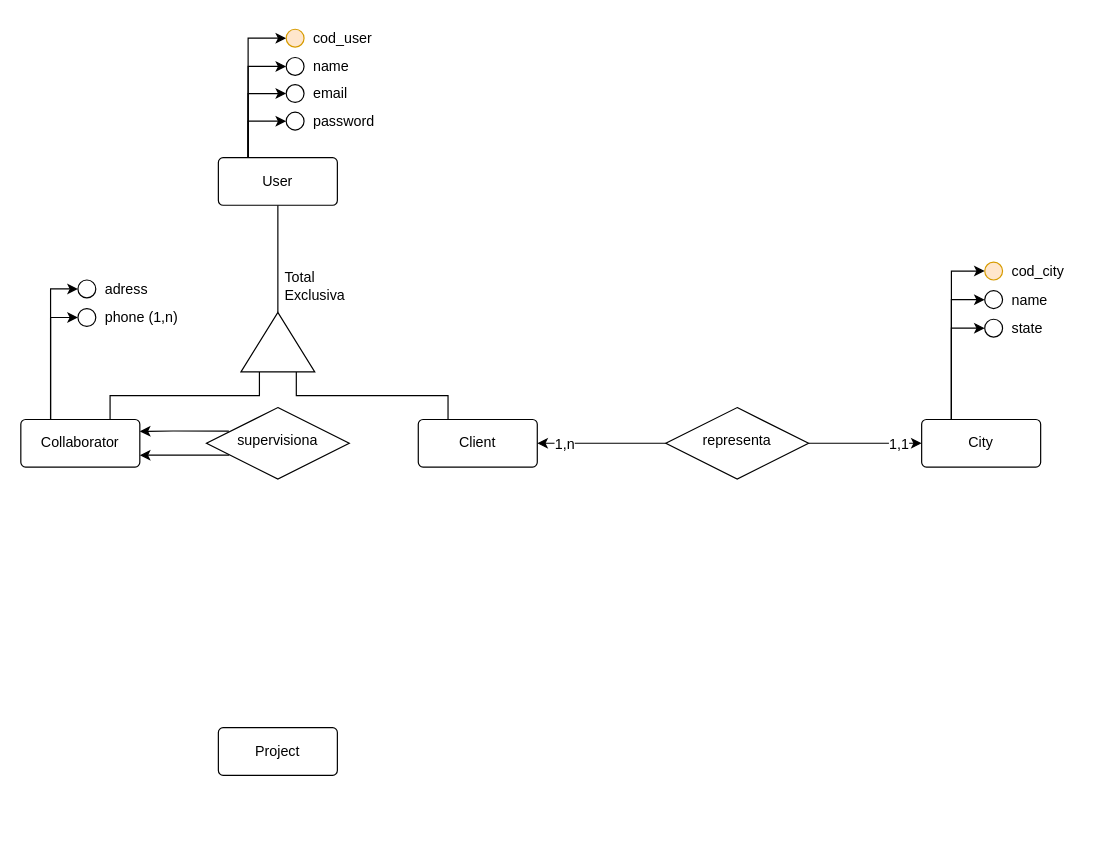
The draw.io diagram Diagrama.drawio in SofiaValadares/MetasConsultoria, before the edit. Source tidied: cells renumbered, new cells numbered last; positions are measured from the earlier drawing's top-left corner, leaving out a move shared by most shapes. Both pictures are drawn from the tidied source at 119%, with x=0, y=0 at pixel (20, 20).
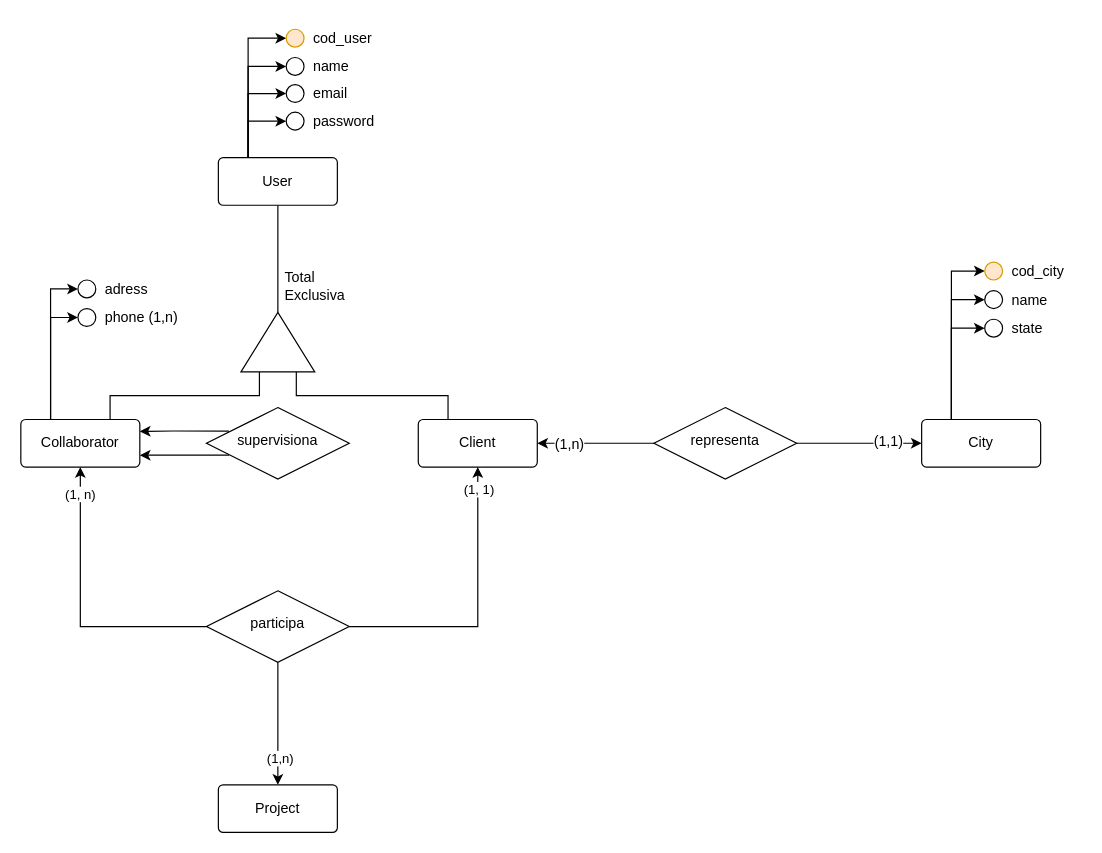
The same diagram, later.

Unchanged cells that the change refers to:
```xml
<mxCell id="25" value="Collaborator" style="rounded=1;arcSize=10;whiteSpace=wrap;html=1;align=center;" parent="1" vertex="1">
  <mxGeometry y="335" width="100" height="40" as="geometry" />
</mxCell>
<mxCell id="26" value="Client" style="rounded=1;arcSize=10;whiteSpace=wrap;html=1;align=center;" parent="1" vertex="1">
  <mxGeometry x="334" y="335" width="100" height="40" as="geometry" />
</mxCell>
<mxCell id="43" style="edgeStyle=orthogonalEdgeStyle;rounded=0;jettySize=auto;html=1;exitX=1;exitY=0.5;exitDx=0;exitDy=0;entryX=0;entryY=0.5;entryDx=0;entryDy=0;fontFamily=Helvetica;fontSize=12;fontColor=default;" parent="1" edge="1" source="47" target="33">
  <mxGeometry relative="1" as="geometry">
    <Array as="points">
      <mxPoint x="719" y="355" />
      <mxPoint x="719" y="355" />
    </Array>
  </mxGeometry>
</mxCell>
<mxCell id="45" style="edgeStyle=orthogonalEdgeStyle;rounded=0;jettySize=auto;html=1;exitX=0;exitY=0.5;exitDx=0;exitDy=0;fontFamily=Helvetica;fontSize=12;fontColor=default;" parent="1" edge="1" source="47" target="26">
  <mxGeometry relative="1" as="geometry" />
</mxCell>
```

The edit, as a diff of the source:
```diff
@@
-    <mxCell id="44" value="1,1" style="edgeLabel;html=1;align=center;verticalAlign=middle;fontFamily=Helvetica;fontSize=12;fontColor=default;fillColor=none;gradientColor=none;" parent="43" vertex="1">
+    <mxCell id="44" value="(1,1)" style="edgeLabel;html=1;align=center;verticalAlign=middle;fontFamily=Helvetica;fontSize=12;fontColor=default;fillColor=none;gradientColor=none;" parent="43" vertex="1">
       <mxGeometry x="0.72" relative="1" as="geometry">
-        <mxPoint x="-7" as="offset" />
+        <mxPoint x="-14" y="-2" as="offset" />
       </mxGeometry>
     </mxCell>
@@
-    <mxCell id="46" value="1,n" style="edgeLabel;html=1;align=center;verticalAlign=middle;fontFamily=Helvetica;fontSize=12;fontColor=default;fillColor=none;gradientColor=none;" parent="45" vertex="1">
+    <mxCell id="46" value="(1,n)" style="edgeLabel;html=1;align=center;verticalAlign=middle;fontFamily=Helvetica;fontSize=12;fontColor=default;fillColor=none;gradientColor=none;" parent="45" vertex="1">
       <mxGeometry x="0.65" relative="1" as="geometry">
-        <mxPoint x="3" as="offset" />
+        <mxPoint x="9" as="offset" />
       </mxGeometry>
     </mxCell>
     <mxCell id="47" value="&lt;div&gt;&lt;br&gt;&lt;/div&gt;representa" style="shape=rhombus;perimeter=rhombusPerimeter;whiteSpace=wrap;html=1;align=center;verticalAlign=top;fontFamily=Helvetica;fontSize=12;fontColor=default;fillColor=none;gradientColor=none;" parent="1" vertex="1">
-      <mxGeometry x="542" y="325" width="120" height="60" as="geometry" />
+      <mxGeometry x="532" y="325" width="120" height="60" as="geometry" />
     </mxCell>
@@
     <mxCell id="52" value="Project" style="rounded=1;arcSize=10;whiteSpace=wrap;html=1;align=center;" parent="1" vertex="1">
-      <mxGeometry x="166" y="594" width="100" height="40" as="geometry" />
+      <mxGeometry x="166" y="642" width="100" height="40" as="geometry" />
     </mxCell>
@@
+    <mxCell id="56" style="edgeStyle=orthogonalEdgeStyle;rounded=0;jettySize=auto;html=1;exitX=1;exitY=0.5;exitDx=0;exitDy=0;" parent="1" edge="1" source="61" target="26">
+      <mxGeometry relative="1" as="geometry" />
+    </mxCell>
+    <mxCell id="57" value="(1, 1)" style="edgeLabel;html=1;align=center;verticalAlign=middle;" parent="56" vertex="1">
+      <mxGeometry x="0.84" y="-1" relative="1" as="geometry">
+        <mxPoint x="-1" y="-1" as="offset" />
+      </mxGeometry>
+    </mxCell>
+    <mxCell id="58" style="edgeStyle=orthogonalEdgeStyle;rounded=0;jettySize=auto;html=1;exitX=0;exitY=0.5;exitDx=0;exitDy=0;entryX=0.5;entryY=1;entryDx=0;entryDy=0;" parent="1" edge="1" source="61" target="25">
+      <mxGeometry relative="1" as="geometry" />
+    </mxCell>
+    <mxCell id="59" value="(1, n)" style="edgeLabel;html=1;align=center;verticalAlign=middle;" parent="58" vertex="1">
+      <mxGeometry x="0.82" y="1" relative="1" as="geometry" />
+    </mxCell>
+    <mxCell id="60" value="(1,n)" style="edgeStyle=orthogonalEdgeStyle;rounded=0;jettySize=auto;html=1;exitX=0.5;exitY=1;exitDx=0;exitDy=0;entryX=0.5;entryY=0;entryDx=0;entryDy=0;" parent="1" edge="1" source="61" target="52">
+      <mxGeometry x="0.57" y="2" relative="1" as="geometry" />
+    </mxCell>
+    <mxCell id="61" value="&lt;div&gt;&lt;br&gt;&lt;/div&gt;participa" style="shape=rhombus;perimeter=rhombusPerimeter;whiteSpace=wrap;html=1;align=center;verticalAlign=top;fontFamily=Helvetica;fontSize=12;fontColor=default;fillColor=none;gradientColor=none;" parent="1" vertex="1">
+      <mxGeometry x="156" y="479" width="120" height="60" as="geometry" />
+    </mxCell>
```
